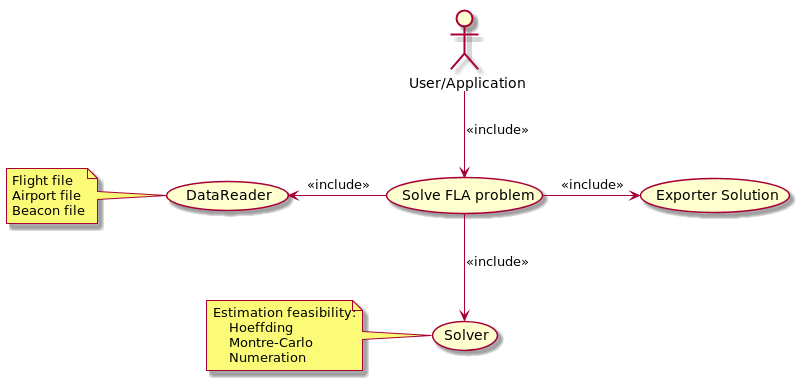
Above: uml/UseCaseDiagram_RobustFLA.png in martinWANG2014/RobustFLA (PlantUML), before the change. Its diagram source:
```plantuml
@startuml
:User/Application: as User
User --> (Solve FLA problem):<<include>>
(Solve FLA problem) -l-> (DataReader):<<include>>
note left of (DataReader)
Flight file
Airport file
Beacon file
end note
(Solve FLA problem) --> (Solver):<<include>>
note left of (Solver)
Estimation feasibility:
    Hoeffding
    Montre-Carlo
    Numeration
end note
(Solve FLA problem) -r-> (Exporter Solution):<<include>>
@enduml
```
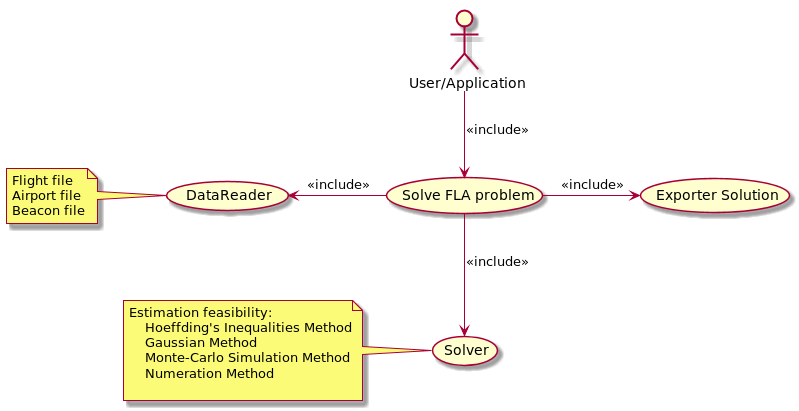
After the commit.

Change to the diagram source:
```diff
@@ -10,9 +10,11 @@
 (Solve FLA problem) --> (Solver):<<include>>
 note left of (Solver)
 Estimation feasibility:
-    Hoeffding
-    Montre-Carlo
-    Numeration
+    Hoeffding's Inequalities Method
+    Gaussian Method
+    Monte-Carlo Simulation Method
+    Numeration Method
+
 end note
 (Solve FLA problem) -r-> (Exporter Solution):<<include>>
 @enduml
```
